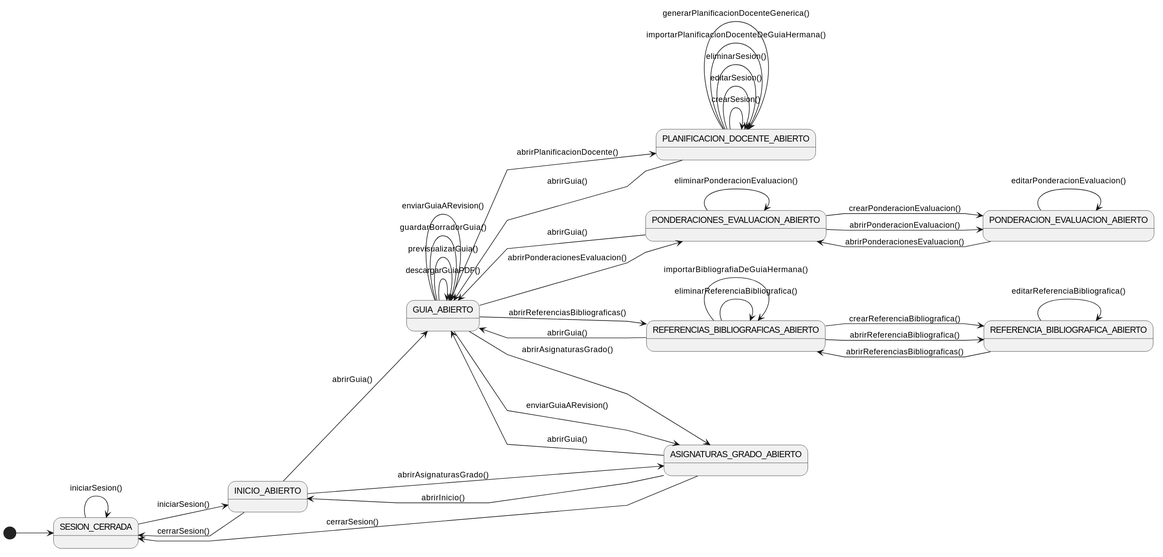
This is images/RUP/01-requisitos/01-actores-casos-uso/diagramaContextoProfesor.svg from mmasias/pyCeldaPublico, a PlantUML export, as it was before one commit.
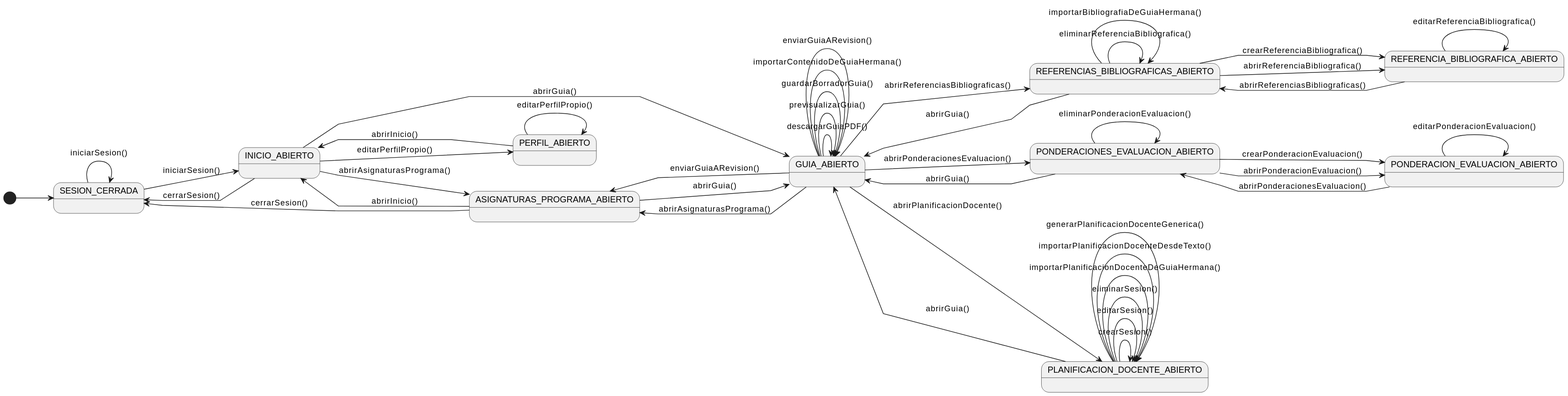
After the change.

The edit, as a diff of the source:
```diff
@@ -4,25 +4,30 @@
 
 state SESION_CERRADA
 state INICIO_ABIERTO
-state ASIGNATURAS_GRADO_ABIERTO
+state ASIGNATURAS_PROGRAMA_ABIERTO
 state GUIA_ABIERTO
 state REFERENCIAS_BIBLIOGRAFICAS_ABIERTO
 state REFERENCIA_BIBLIOGRAFICA_ABIERTO
 state PONDERACIONES_EVALUACION_ABIERTO
 state PONDERACION_EVALUACION_ABIERTO
 state PLANIFICACION_DOCENTE_ABIERTO
+state PERFIL_ABIERTO
 
 [*] --> SESION_CERRADA
 
 SESION_CERRADA --> INICIO_ABIERTO : iniciarSesion()
 SESION_CERRADA --> SESION_CERRADA : iniciarSesion()
 INICIO_ABIERTO --> SESION_CERRADA : cerrarSesion()
-ASIGNATURAS_GRADO_ABIERTO --> SESION_CERRADA : cerrarSesion()
+ASIGNATURAS_PROGRAMA_ABIERTO --> SESION_CERRADA : cerrarSesion()
 
-INICIO_ABIERTO --> ASIGNATURAS_GRADO_ABIERTO : abrirAsignaturasGrado()
+INICIO_ABIERTO --> ASIGNATURAS_PROGRAMA_ABIERTO : abrirAsignaturasPrograma()
 INICIO_ABIERTO --> GUIA_ABIERTO : abrirGuia()
 
-ASIGNATURAS_GRADO_ABIERTO --> GUIA_ABIERTO : abrirGuia()
+INICIO_ABIERTO --> PERFIL_ABIERTO : editarPerfilPropio()
+PERFIL_ABIERTO --> PERFIL_ABIERTO : editarPerfilPropio()
+PERFIL_ABIERTO --> INICIO_ABIERTO : abrirInicio()
+
+ASIGNATURAS_PROGRAMA_ABIERTO --> GUIA_ABIERTO : abrirGuia()
 
 GUIA_ABIERTO --> GUIA_ABIERTO : descargarGuiaPDF()
 
@@ -43,6 +48,7 @@
 PLANIFICACION_DOCENTE_ABIERTO --> PLANIFICACION_DOCENTE_ABIERTO : editarSesion()
 PLANIFICACION_DOCENTE_ABIERTO --> PLANIFICACION_DOCENTE_ABIERTO : eliminarSesion()
 PLANIFICACION_DOCENTE_ABIERTO --> PLANIFICACION_DOCENTE_ABIERTO : importarPlanificacionDocenteDeGuiaHermana()
+PLANIFICACION_DOCENTE_ABIERTO --> PLANIFICACION_DOCENTE_ABIERTO : importarPlanificacionDocenteDesdeTexto()
 PLANIFICACION_DOCENTE_ABIERTO --> PLANIFICACION_DOCENTE_ABIERTO : generarPlanificacionDocenteGenerica()
 PLANIFICACION_DOCENTE_ABIERTO --> GUIA_ABIERTO : abrirGuia()
 
@@ -58,10 +64,12 @@
 
 GUIA_ABIERTO --> GUIA_ABIERTO : guardarBorradorGuia()
 
-GUIA_ABIERTO --> ASIGNATURAS_GRADO_ABIERTO : abrirAsignaturasGrado()
+GUIA_ABIERTO --> GUIA_ABIERTO : importarContenidoDeGuiaHermana()
 
-ASIGNATURAS_GRADO_ABIERTO --> INICIO_ABIERTO : abrirInicio()
+GUIA_ABIERTO --> ASIGNATURAS_PROGRAMA_ABIERTO : abrirAsignaturasPrograma()
 
-GUIA_ABIERTO --> ASIGNATURAS_GRADO_ABIERTO : enviarGuiaARevision()
+ASIGNATURAS_PROGRAMA_ABIERTO --> INICIO_ABIERTO : abrirInicio()
+
+GUIA_ABIERTO --> ASIGNATURAS_PROGRAMA_ABIERTO : enviarGuiaARevision()
 GUIA_ABIERTO --> GUIA_ABIERTO : enviarGuiaARevision()
 @enduml
```
